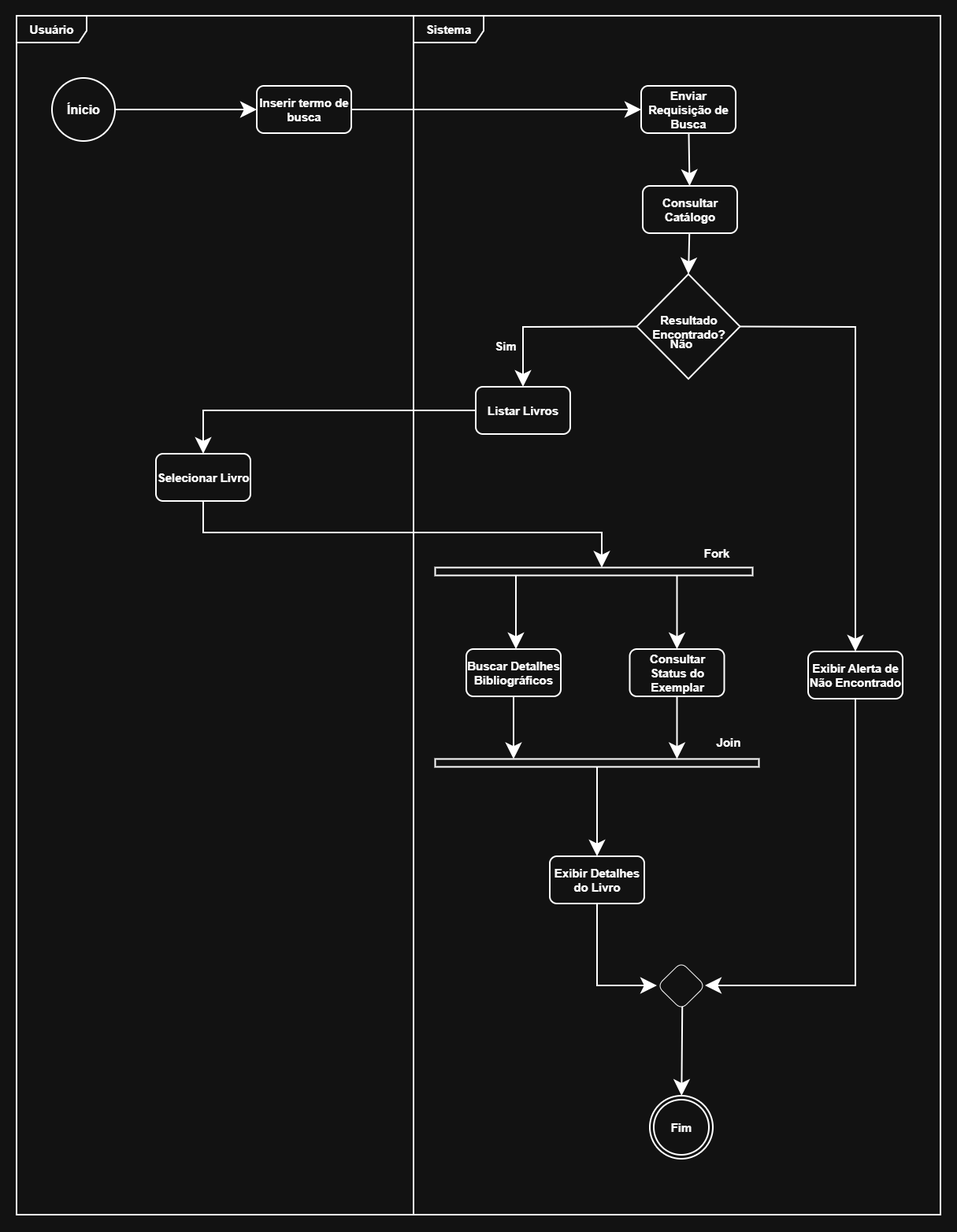
Before: imagensWeb/modelagem/model06J.png, a diagram exported from draw.io (AndersonDutra7/Projetos-WEB). Source tidied: cells renumbered, new cells last; positions are measured from the earlier drawing's top-left corner, leaving out a move shared by most shapes.
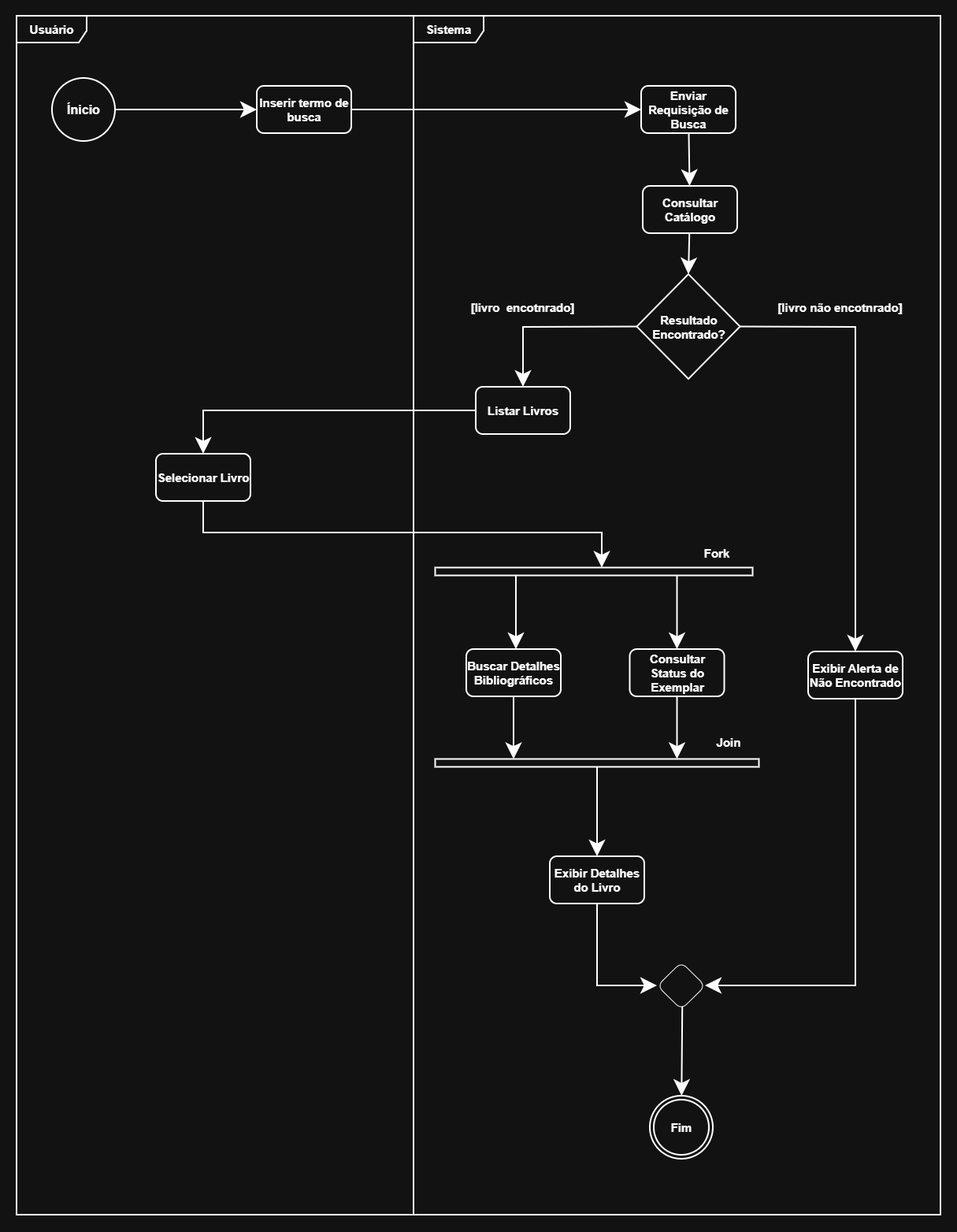
The same diagram one commit later.

Change to the diagram source:
```diff
@@ -35,11 +35,8 @@
     <mxCell id="12" value="&lt;b&gt;&lt;font style=&quot;font-size: 15px;&quot;&gt;Exibir Alerta de Não Encontrado&lt;/font&gt;&lt;/b&gt;" style="rounded=1;whiteSpace=wrap;html=1;strokeWidth=2;labelBackgroundColor=none;" parent="1" vertex="1">
       <mxGeometry x="1005" y="807" width="120" height="60" as="geometry" />
     </mxCell>
-    <mxCell id="13" value="&lt;font style=&quot;font-size: 15px;&quot;&gt;&lt;b&gt;Sim&lt;/b&gt;&lt;/font&gt;" style="text;html=1;whiteSpace=wrap;strokeColor=none;fillColor=none;align=center;verticalAlign=middle;rounded=0;labelBackgroundColor=none;" parent="1" vertex="1">
-      <mxGeometry x="591" y="404" width="60" height="30" as="geometry" />
-    </mxCell>
-    <mxCell id="14" value="&lt;font style=&quot;font-size: 15px;&quot;&gt;&lt;b&gt;Não&lt;/b&gt;&lt;/font&gt;" style="text;html=1;whiteSpace=wrap;strokeColor=none;fillColor=none;align=center;verticalAlign=middle;rounded=0;labelBackgroundColor=none;" parent="1" vertex="1">
-      <mxGeometry x="814" y="401" width="60" height="30" as="geometry" />
+    <mxCell id="14" value="&lt;font style=&quot;font-size: 15px;&quot;&gt;&lt;b&gt;[livro não encotnrado]&lt;/b&gt;&lt;/font&gt;" style="text;html=1;whiteSpace=wrap;strokeColor=none;fillColor=none;align=center;verticalAlign=middle;rounded=0;labelBackgroundColor=none;" parent="1" vertex="1">
+      <mxGeometry x="959" y="355" width="172.5" height="30" as="geometry" />
     </mxCell>
     <mxCell id="15" style="endArrow=classic;html=1;rounded=0;endSize=15;strokeWidth=2;exitX=0;exitY=0.5;exitDx=0;exitDy=0;entryX=0.5;entryY=0;entryDx=0;entryDy=0;labelBackgroundColor=none;fontColor=default;" parent="1" edge="1" source="5" target="10">
       <mxGeometry relative="1" as="geometry">
@@ -141,5 +138,8 @@
         </Array>
       </mxGeometry>
     </mxCell>
+    <mxCell id="39" value="&lt;font style=&quot;font-size: 15px;&quot;&gt;&lt;b&gt;[livro&amp;nbsp; encotnrado]&lt;/b&gt;&lt;/font&gt;" style="text;html=1;whiteSpace=wrap;strokeColor=none;fillColor=none;align=center;verticalAlign=middle;rounded=0;labelBackgroundColor=none;" parent="1" vertex="1">
+      <mxGeometry x="555.5" y="355" width="172.5" height="30" as="geometry" />
+    </mxCell>
   </root>
 </mxGraphModel>
```
